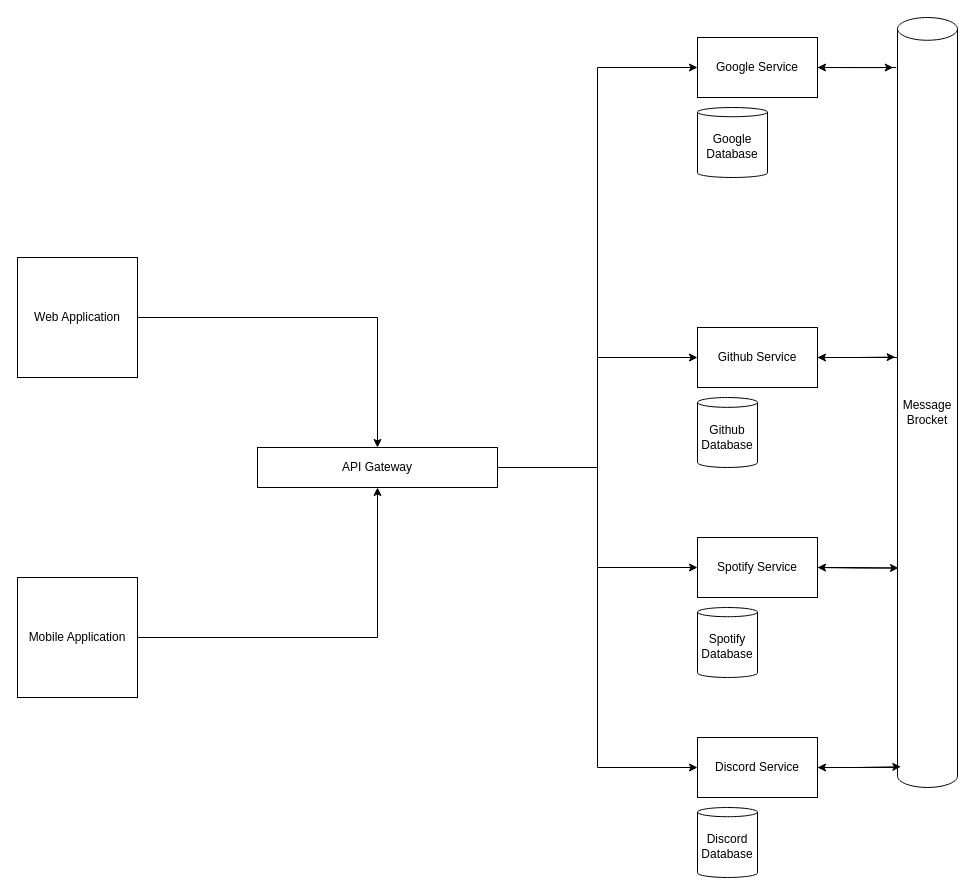
Above: Area.drawio in edward-lalande/AREA (draw.io), before the change. Source tidied: cells renumbered, new cells numbered last; positions are measured from the earlier drawing's top-left corner, leaving out a move shared by most shapes. Both pictures are drawn from the tidied source at 100%, with x=0, y=0 at pixel (17, 17).
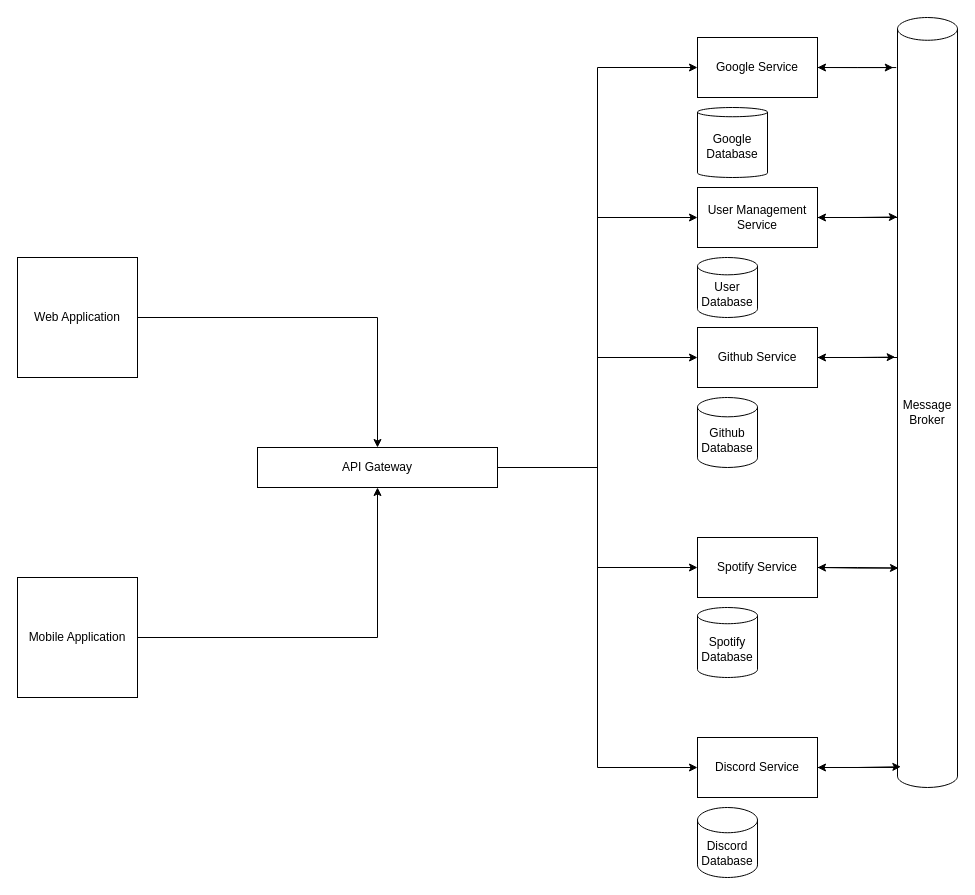
The same diagram, later.

Commit message:
feat(ServicesDrawIO): a services for user management without OAUTH2 and handling of OAUTH2 of each user Area.drawio

The change refers to these unchanged cells:
```xml
<mxCell id="9" value="API Gateway" style="rounded=0;whiteSpace=wrap;html=1;" parent="1" vertex="1">
  <mxGeometry x="240" y="430" width="240" height="40" as="geometry" />
</mxCell>
```

The edit, as a diff of the source:
```diff
@@
+    <mxCell id="28" style="edgeStyle=orthogonalEdgeStyle;rounded=0;jettySize=auto;html=1;entryX=0;entryY=0.5;entryDx=0;entryDy=0;" parent="1" edge="1" source="9" target="30">
+      <mxGeometry relative="1" as="geometry" />
+    </mxCell>
@@
-    <mxCell id="14" value="Github Database" style="shape=cylinder3;whiteSpace=wrap;html=1;boundedLbl=1;backgroundOutline=1;size=4.93548387096763;" parent="1" vertex="1">
+    <mxCell id="14" value="Github Database" style="shape=cylinder3;whiteSpace=wrap;html=1;boundedLbl=1;backgroundOutline=1;size=9.666666666666686;" parent="1" vertex="1">
       <mxGeometry x="680" y="380" width="60" height="70" as="geometry" />
     </mxCell>
@@
-    <mxCell id="16" value="Spotify Database" style="shape=cylinder3;whiteSpace=wrap;html=1;boundedLbl=1;backgroundOutline=1;size=4.612903225806463;" parent="1" vertex="1">
+    <mxCell id="16" value="Spotify Database" style="shape=cylinder3;whiteSpace=wrap;html=1;boundedLbl=1;backgroundOutline=1;size=8.111111111111086;" parent="1" vertex="1">
       <mxGeometry x="680" y="590" width="60" height="70" as="geometry" />
     </mxCell>
@@
-    <mxCell id="18" value="Discord Database" style="shape=cylinder3;whiteSpace=wrap;html=1;boundedLbl=1;backgroundOutline=1;size=4.612903225806463;" parent="1" vertex="1">
+    <mxCell id="18" value="Discord Database" style="shape=cylinder3;whiteSpace=wrap;html=1;boundedLbl=1;backgroundOutline=1;size=12.619047619047478;" parent="1" vertex="1">
       <mxGeometry x="680" y="790" width="60" height="70" as="geometry" />
     </mxCell>
@@
+    <mxCell id="29" style="edgeStyle=orthogonalEdgeStyle;rounded=0;orthogonalLoop=1;jettySize=auto;html=1;" parent="1" edge="1">
+      <mxGeometry relative="1" as="geometry">
+        <mxPoint x="880" y="200" as="sourcePoint" />
+        <mxPoint x="800" y="200" as="targetPoint" />
+      </mxGeometry>
+    </mxCell>
-    <mxCell id="23" value="Message Brocket" style="shape=cylinder3;whiteSpace=wrap;html=1;boundedLbl=1;backgroundOutline=1;size=11.387096774193594;" parent="1" vertex="1">
+    <mxCell id="23" value="Message Broker" style="shape=cylinder3;whiteSpace=wrap;html=1;boundedLbl=1;backgroundOutline=1;size=11.387096774193594;" parent="1" vertex="1">
       <mxGeometry x="880" width="60" height="770" as="geometry" />
     </mxCell>
@@
+    <mxCell id="30" value="&lt;div&gt;User Management Service&lt;/div&gt;" style="rounded=0;whiteSpace=wrap;html=1;" parent="1" vertex="1">
+      <mxGeometry x="680" y="170" width="120" height="60" as="geometry" />
+    </mxCell>
+    <mxCell id="31" value="User Database" style="shape=cylinder3;whiteSpace=wrap;html=1;boundedLbl=1;backgroundOutline=1;size=8.6666666666668;" parent="1" vertex="1">
+      <mxGeometry x="680" y="240" width="60" height="60" as="geometry" />
+    </mxCell>
+    <mxCell id="32" style="edgeStyle=orthogonalEdgeStyle;rounded=0;jettySize=auto;html=1;exitX=1;exitY=0.5;exitDx=0;exitDy=0;entryX=-0.003;entryY=0.259;entryDx=0;entryDy=0;entryPerimeter=0;" parent="1" edge="1" source="30" target="23">
+      <mxGeometry relative="1" as="geometry" />
+    </mxCell>
```
